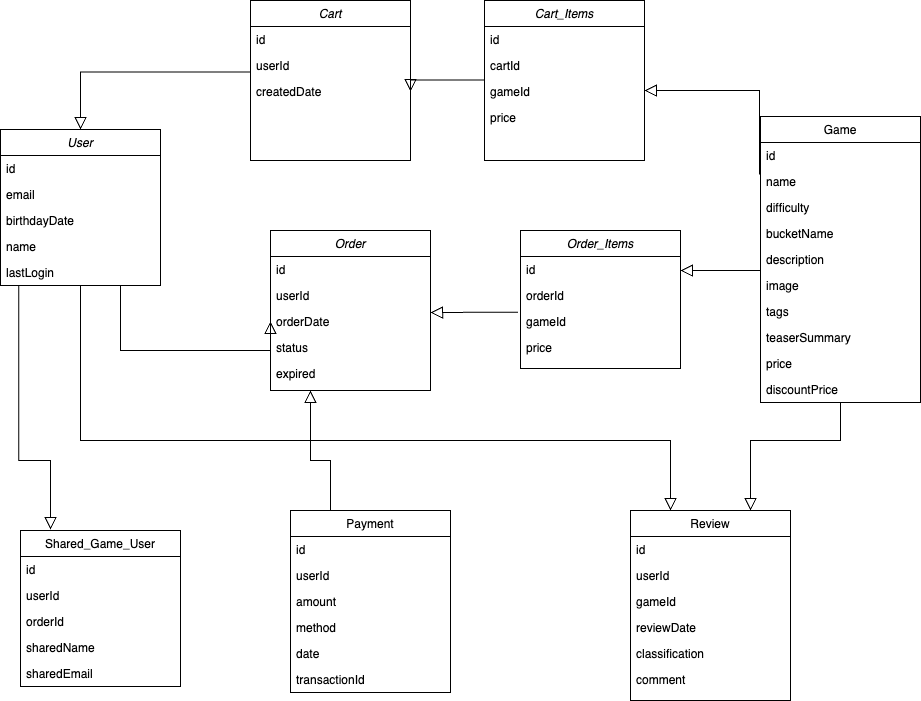
Above: main_db.drawio.png in tomasferreiradesa/desarquivados-platform-db-schema (draw.io), before the change. Source tidied: cells renumbered, new cells last; positions are measured from the earlier drawing's top-left corner, leaving out a move shared by most shapes.
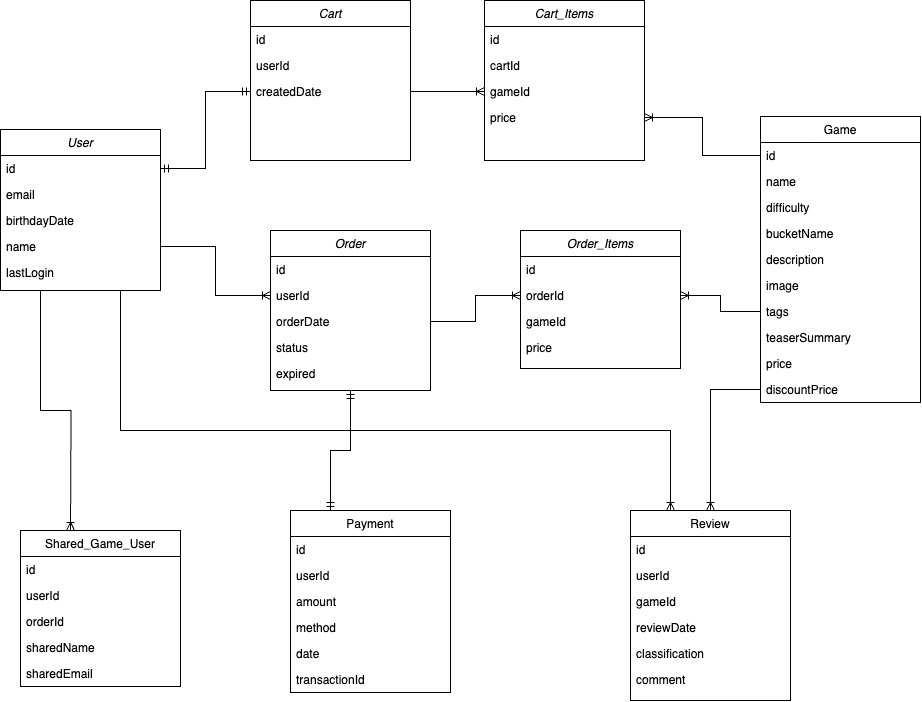
Later version of the same file.

Change to the diagram source:
```diff
@@ -41,13 +41,6 @@
     <mxCell id="14" value="comment" style="text;align=left;verticalAlign=top;spacingLeft=4;spacingRight=4;overflow=hidden;" parent="8" vertex="1">
       <mxGeometry y="156" width="160" height="26" as="geometry" />
     </mxCell>
-    <mxCell id="15" style="endArrow=block;endSize=10;endFill=0;shadow=0;strokeWidth=1;rounded=0;edgeStyle=elbowEdgeStyle;elbow=vertical;exitX=0.5;exitY=1;exitDx=0;exitDy=0;entryX=0.75;entryY=0;entryDx=0;entryDy=0;" parent="1" edge="1" source="16" target="8">
-      <mxGeometry relative="1" as="geometry">
-        <Array as="points">
-          <mxPoint x="730" y="440" />
-        </Array>
-      </mxGeometry>
-    </mxCell>
     <mxCell id="16" value="Game" style="swimlane;fontStyle=0;align=center;verticalAlign=top;horizontal=1;startSize=26;rounded=0;shadow=0;strokeWidth=1;" parent="1" vertex="1">
       <mxGeometry x="760" y="116" width="160" height="286" as="geometry" />
     </mxCell>
@@ -99,15 +92,8 @@
     <mxCell id="32" value="sharedEmail" style="text;align=left;verticalAlign=top;spacingLeft=4;spacingRight=4;overflow=hidden;" parent="27" vertex="1">
       <mxGeometry y="130" width="160" height="26" as="geometry" />
     </mxCell>
-    <mxCell id="33" style="endArrow=block;endSize=10;endFill=0;shadow=0;strokeWidth=1;rounded=0;edgeStyle=elbowEdgeStyle;elbow=vertical;entryX=0.25;entryY=1;entryDx=0;entryDy=0;exitX=0.25;exitY=0;exitDx=0;exitDy=0;" parent="1" edge="1" source="50" target="2">
-      <mxGeometry relative="1" as="geometry">
-        <Array as="points">
-          <mxPoint x="340" y="460" />
-        </Array>
-      </mxGeometry>
-    </mxCell>
     <mxCell id="34" value="User" style="swimlane;fontStyle=2;align=center;verticalAlign=top;horizontal=1;startSize=26;rounded=0;shadow=0;strokeWidth=1;" parent="1" vertex="1">
-      <mxGeometry y="129" width="160" height="156" as="geometry" />
+      <mxGeometry y="129" width="160" height="161" as="geometry" />
     </mxCell>
     <mxCell id="35" value="id" style="text;align=left;verticalAlign=top;spacingLeft=4;spacingRight=4;overflow=hidden;points=[[0,0.5],[1,0.5]];portConstraint=eastwest;" parent="34" vertex="1">
       <mxGeometry y="26" width="160" height="26" as="geometry" />
@@ -139,45 +125,6 @@
     <mxCell id="44" value="price" style="text;align=left;verticalAlign=top;spacingLeft=4;spacingRight=4;overflow=hidden;rounded=0;shadow=0;html=0;" parent="40" vertex="1">
       <mxGeometry y="104" width="160" height="26" as="geometry" />
     </mxCell>
-    <mxCell id="45" style="endArrow=block;endSize=10;endFill=0;shadow=0;strokeWidth=1;rounded=0;edgeStyle=elbowEdgeStyle;elbow=vertical;entryX=0.188;entryY=-0.006;entryDx=0;entryDy=0;entryPerimeter=0;exitX=0.114;exitY=1.021;exitDx=0;exitDy=0;exitPerimeter=0;" parent="1" edge="1" source="39" target="27">
-      <mxGeometry relative="1" as="geometry">
-        <Array as="points">
-          <mxPoint x="120" y="460" />
-        </Array>
-      </mxGeometry>
-    </mxCell>
-    <mxCell id="46" style="endArrow=block;endSize=10;endFill=0;shadow=0;strokeWidth=1;rounded=0;edgeStyle=elbowEdgeStyle;elbow=vertical;entryX=0.25;entryY=0;entryDx=0;entryDy=0;exitX=0.5;exitY=1;exitDx=0;exitDy=0;" parent="1" edge="1" source="34" target="8">
-      <mxGeometry relative="1" as="geometry">
-        <Array as="points">
-          <mxPoint x="340" y="440" />
-        </Array>
-      </mxGeometry>
-    </mxCell>
-    <mxCell id="47" style="endArrow=block;endSize=10;endFill=0;shadow=0;strokeWidth=1;rounded=0;edgeStyle=elbowEdgeStyle;elbow=vertical;exitX=0.75;exitY=1;exitDx=0;exitDy=0;entryX=0;entryY=0.5;entryDx=0;entryDy=0;" parent="1" edge="1" source="34" target="5">
-      <mxGeometry relative="1" as="geometry">
-        <Array as="points">
-          <mxPoint x="200" y="350" />
-          <mxPoint x="210" y="246" />
-        </Array>
-      </mxGeometry>
-    </mxCell>
-    <mxCell id="48" style="endArrow=block;endSize=10;endFill=0;shadow=0;strokeWidth=1;rounded=0;edgeStyle=elbowEdgeStyle;elbow=vertical;exitX=-0.015;exitY=0.141;exitDx=0;exitDy=0;exitPerimeter=0;" parent="1" edge="1" source="43">
-      <mxGeometry relative="1" as="geometry">
-        <mxPoint x="430" y="312" as="targetPoint" />
-        <Array as="points">
-          <mxPoint x="480" y="312" />
-          <mxPoint x="500" y="346" />
-        </Array>
-      </mxGeometry>
-    </mxCell>
-    <mxCell id="49" style="endArrow=block;endSize=10;endFill=0;shadow=0;strokeWidth=1;rounded=0;edgeStyle=elbowEdgeStyle;elbow=vertical;exitX=0;exitY=0.75;exitDx=0;exitDy=0;" parent="1" edge="1" source="16">
-      <mxGeometry relative="1" as="geometry">
-        <mxPoint x="680" y="270" as="targetPoint" />
-        <Array as="points">
-          <mxPoint x="720" y="270" />
-        </Array>
-      </mxGeometry>
-    </mxCell>
     <mxCell id="50" value="Payment" style="swimlane;fontStyle=0;align=center;verticalAlign=top;horizontal=1;startSize=26;rounded=0;shadow=0;strokeWidth=1;" parent="1" vertex="1">
       <mxGeometry x="290" y="510" width="160" height="182" as="geometry" />
     </mxCell>
@@ -226,28 +173,42 @@
     <mxCell id="65" value="price" style="text;align=left;verticalAlign=top;spacingLeft=4;spacingRight=4;overflow=hidden;points=[[0,0.5],[1,0.5]];portConstraint=eastwest;rounded=0;shadow=0;html=0;" parent="61" vertex="1">
       <mxGeometry y="104" width="160" height="26" as="geometry" />
     </mxCell>
-    <mxCell id="66" style="endArrow=block;endSize=10;endFill=0;shadow=0;strokeWidth=1;rounded=0;edgeStyle=elbowEdgeStyle;elbow=vertical;entryX=1;entryY=0.5;entryDx=0;entryDy=0;exitX=0;exitY=0;exitDx=0;exitDy=0;exitPerimeter=0;" parent="1" edge="1" source="64" target="60">
-      <mxGeometry relative="1" as="geometry">
-        <Array as="points">
-          <mxPoint x="490" y="79.5" />
-          <mxPoint x="510" y="113.5" />
-        </Array>
-      </mxGeometry>
-    </mxCell>
-    <mxCell id="67" style="endArrow=block;endSize=10;endFill=0;shadow=0;strokeWidth=1;rounded=0;edgeStyle=elbowEdgeStyle;elbow=vertical;entryX=0.5;entryY=0;entryDx=0;entryDy=0;exitX=0;exitY=0.5;exitDx=0;exitDy=0;" parent="1" edge="1" source="59" target="34">
-      <mxGeometry relative="1" as="geometry">
-        <Array as="points">
-          <mxPoint x="186" y="71.5" />
-          <mxPoint x="206" y="105.5" />
-        </Array>
-      </mxGeometry>
-    </mxCell>
-    <mxCell id="68" style="endArrow=block;endSize=10;endFill=0;shadow=0;strokeWidth=1;rounded=0;edgeStyle=elbowEdgeStyle;elbow=vertical;exitX=-0.006;exitY=0.231;exitDx=0;exitDy=0;exitPerimeter=0;entryX=1;entryY=0.5;entryDx=0;entryDy=0;" parent="1" edge="1" source="18" target="64">
-      <mxGeometry relative="1" as="geometry">
-        <Array as="points">
-          <mxPoint x="710" y="90" />
-        </Array>
-      </mxGeometry>
-    </mxCell>
+    <mxCell id="69" style="edgeStyle=orthogonalEdgeStyle;fontSize=12;html=1;endArrow=ERmandOne;startArrow=ERmandOne;rounded=0;exitX=1;exitY=0.5;exitDx=0;exitDy=0;entryX=0;entryY=0.5;entryDx=0;entryDy=0;" parent="1" edge="1" source="35" target="60">
+      <mxGeometry relative="1" as="geometry" />
+    </mxCell>
+    <mxCell id="70" style="edgeStyle=orthogonalEdgeStyle;fontSize=12;html=1;endArrow=ERoneToMany;rounded=0;exitX=1;exitY=0.5;exitDx=0;exitDy=0;entryX=0;entryY=0.5;entryDx=0;entryDy=0;" parent="1" edge="1" source="60" target="64">
+      <mxGeometry relative="1" as="geometry" />
+    </mxCell>
+    <mxCell id="71" style="edgeStyle=orthogonalEdgeStyle;fontSize=12;html=1;endArrow=ERoneToMany;rounded=0;exitX=1;exitY=0.5;exitDx=0;exitDy=0;entryX=0;entryY=0.5;entryDx=0;entryDy=0;" parent="1" edge="1" source="38" target="4">
+      <mxGeometry relative="1" as="geometry" />
+    </mxCell>
+    <mxCell id="72" style="edgeStyle=orthogonalEdgeStyle;fontSize=12;html=1;endArrow=ERoneToMany;rounded=0;exitX=1;exitY=0.5;exitDx=0;exitDy=0;entryX=0;entryY=0.5;entryDx=0;entryDy=0;" parent="1" edge="1" source="5" target="42">
+      <mxGeometry relative="1" as="geometry" />
+    </mxCell>
+    <mxCell id="33" style="edgeStyle=orthogonalEdgeStyle;fontSize=12;html=1;endArrow=ERmandOne;startArrow=ERmandOne;rounded=0;exitX=0.25;exitY=0;exitDx=0;exitDy=0;entryX=0.5;entryY=1;entryDx=0;entryDy=0;" parent="1" edge="1" source="50" target="2">
+      <mxGeometry relative="1" as="geometry" />
+    </mxCell>
+    <mxCell id="73" style="edgeStyle=orthogonalEdgeStyle;fontSize=12;html=1;endArrow=ERoneToMany;rounded=0;entryX=0.5;entryY=0;entryDx=0;entryDy=0;exitX=0.25;exitY=1;exitDx=0;exitDy=0;" parent="1" edge="1" source="34">
+      <mxGeometry relative="1" as="geometry">
+        <mxPoint x="70" y="530" as="targetPoint" />
+      </mxGeometry>
+    </mxCell>
+    <mxCell id="46" style="edgeStyle=orthogonalEdgeStyle;fontSize=12;html=1;endArrow=ERoneToMany;rounded=0;entryX=0.25;entryY=0;entryDx=0;entryDy=0;exitX=0.75;exitY=1;exitDx=0;exitDy=0;" parent="1" edge="1" source="34" target="8">
+      <mxGeometry relative="1" as="geometry">
+        <Array as="points">
+          <mxPoint x="120" y="430" />
+          <mxPoint x="670" y="430" />
+        </Array>
+      </mxGeometry>
+    </mxCell>
+    <mxCell id="74" style="edgeStyle=orthogonalEdgeStyle;fontSize=12;html=1;endArrow=ERoneToMany;rounded=0;entryX=0.5;entryY=0;entryDx=0;entryDy=0;exitX=0;exitY=0.5;exitDx=0;exitDy=0;" parent="1" edge="1" source="26" target="8">
+      <mxGeometry relative="1" as="geometry" />
+    </mxCell>
+    <mxCell id="75" style="edgeStyle=orthogonalEdgeStyle;fontSize=12;html=1;endArrow=ERoneToMany;rounded=0;entryX=1;entryY=0.5;entryDx=0;entryDy=0;exitX=0;exitY=0.5;exitDx=0;exitDy=0;" parent="1" edge="1" source="17" target="65">
+      <mxGeometry relative="1" as="geometry" />
+    </mxCell>
+    <mxCell id="76" style="edgeStyle=orthogonalEdgeStyle;fontSize=12;html=1;endArrow=ERoneToMany;rounded=0;entryX=1;entryY=0.5;entryDx=0;entryDy=0;exitX=0;exitY=0.5;exitDx=0;exitDy=0;" parent="1" edge="1" source="23" target="42">
+      <mxGeometry relative="1" as="geometry" />
+    </mxCell>
   </root>
 </mxGraphModel>
```
